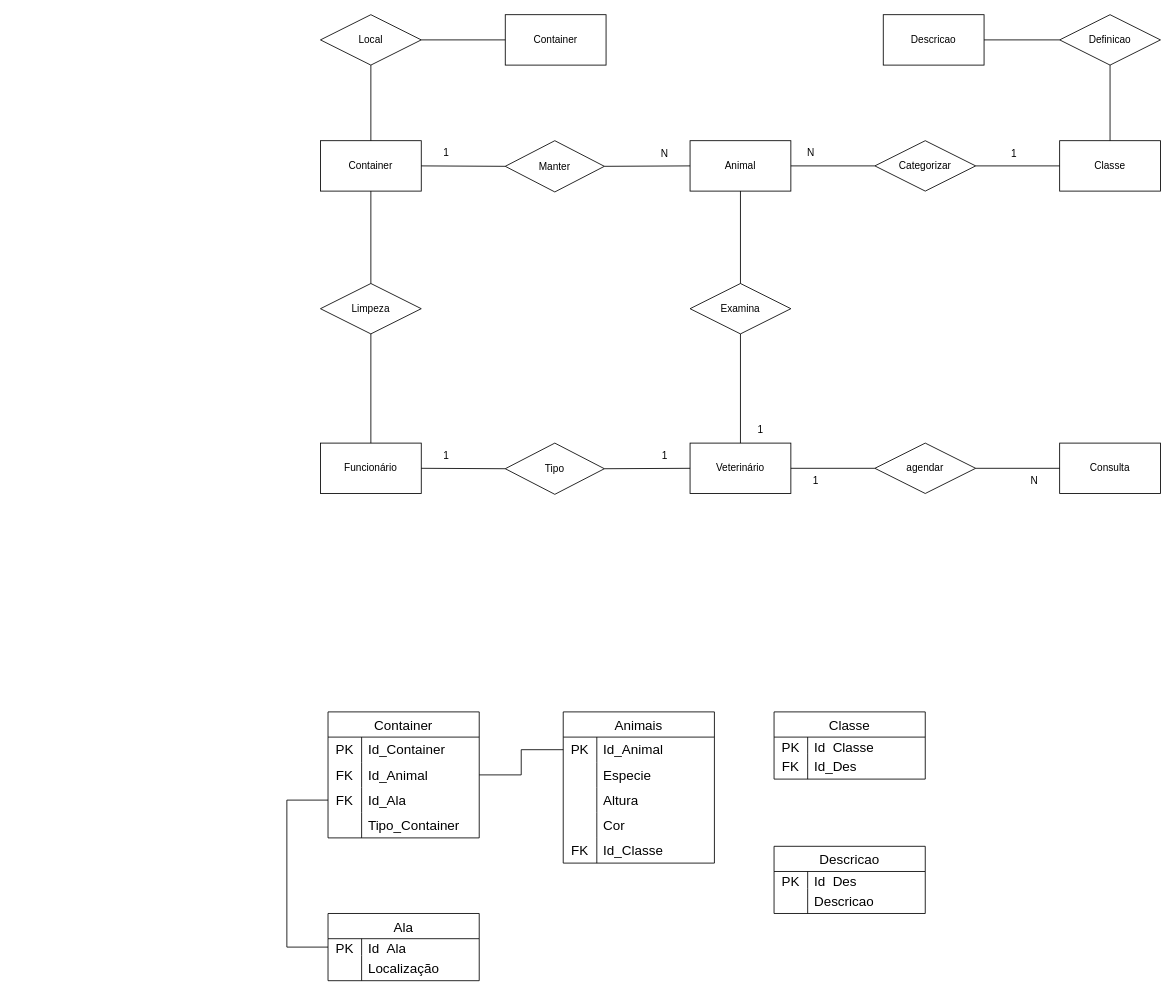
Above: ETEC/DB/Atvs/Diagrama sem nome.drawio in Endrigogustavo/2Ano-ETEC (draw.io), before the change. Source tidied: cells renumbered, new cells numbered last; positions are measured from the earlier drawing's top-left corner, leaving out a move shared by most shapes. Both pictures are drawn from the tidied source at 84%, with x=0, y=0 at pixel (286, 14).
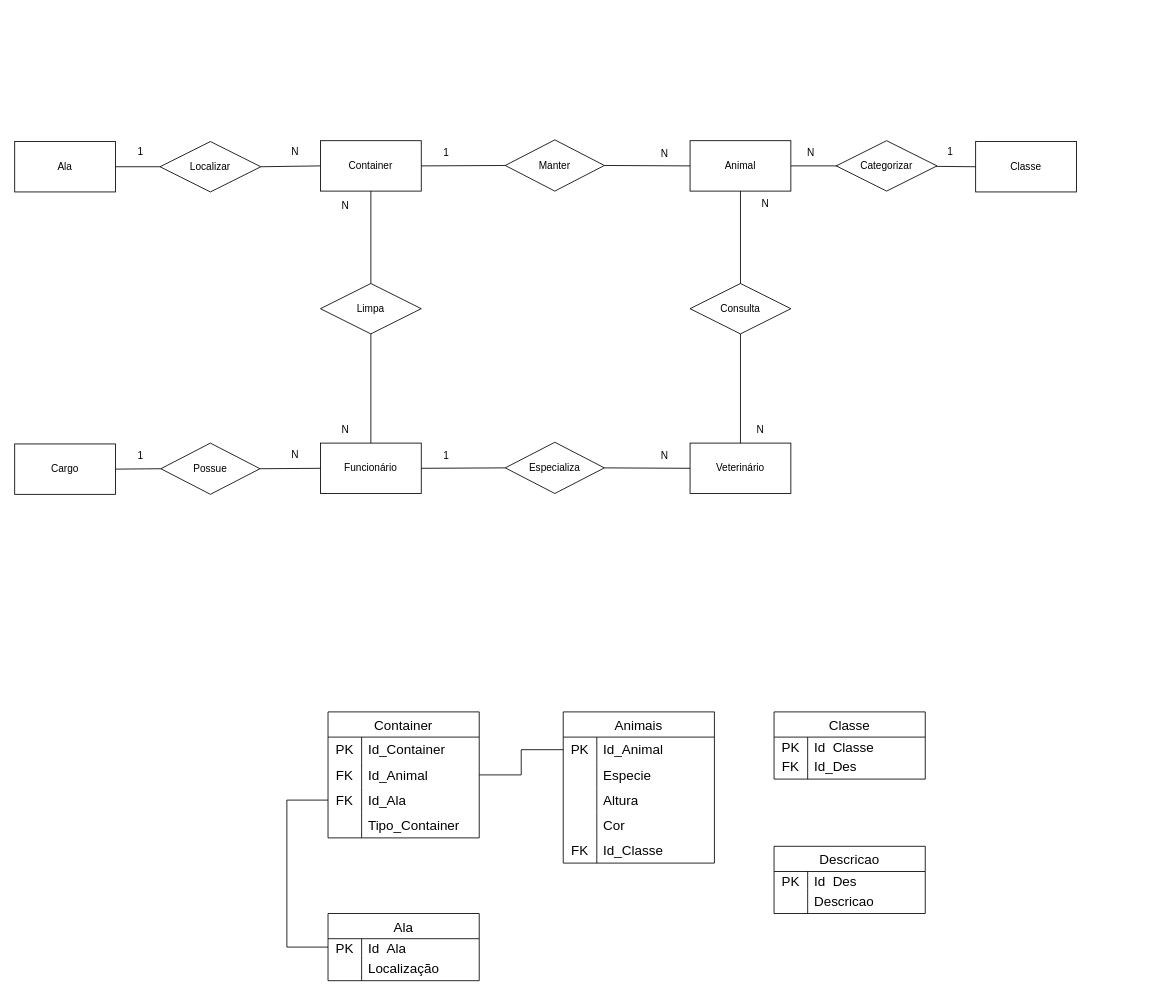
The same page after the edit.

The change refers to these unchanged cells:
```xml
<mxCell id="5" value="Animal" style="rounded=0;whiteSpace=wrap;html=1;" parent="1" vertex="1">
  <mxGeometry x="480" y="150" width="120" height="60" as="geometry" />
</mxCell>
<mxCell id="10" value="Container" style="rounded=0;whiteSpace=wrap;html=1;" parent="1" vertex="1">
  <mxGeometry x="40" y="150" width="120" height="60" as="geometry" />
</mxCell>
<mxCell id="15" value="Veterinário" style="rounded=0;whiteSpace=wrap;html=1;" parent="1" vertex="1">
  <mxGeometry x="480" y="510" width="120" height="60" as="geometry" />
</mxCell>
<mxCell id="18" value="Funcionário" style="rounded=0;whiteSpace=wrap;html=1;" parent="1" vertex="1">
  <mxGeometry x="40" y="510" width="120" height="60" as="geometry" />
</mxCell>
```

The edit, as a diff of the source:
```diff
@@
-    <mxCell id="2" value="Categorizar" style="rhombus;whiteSpace=wrap;html=1;" parent="1" vertex="1">
-      <mxGeometry x="700" y="150" width="120" height="60" as="geometry" />
-    </mxCell>
     <mxCell id="3" value="Classe" style="rounded=0;whiteSpace=wrap;html=1;" parent="1" vertex="1">
-      <mxGeometry x="920" y="150" width="120" height="60" as="geometry" />
+      <mxGeometry x="820" y="151" width="120" height="60" as="geometry" />
     </mxCell>
@@
-    <mxCell id="6" style="endArrow=none;html=1;rounded=0;" parent="1" edge="1" source="5">
+    <mxCell id="6" style="endArrow=none;html=1;rounded=0;" parent="1" edge="1" source="2">
       <mxGeometry relative="1" as="geometry">
         <mxPoint x="700" y="180" as="targetPoint" />
       </mxGeometry>
     </mxCell>
@@
     <mxCell id="8" value="1" style="text;html=1;strokeColor=none;fillColor=none;align=center;verticalAlign=middle;whiteSpace=wrap;rounded=0;" parent="1" vertex="1">
-      <mxGeometry x="836" y="151" width="60" height="30" as="geometry" />
+      <mxGeometry x="760" y="149" width="60" height="30" as="geometry" />
     </mxCell>
     <mxCell id="9" value="Manter" style="rhombus;whiteSpace=wrap;html=1;" parent="1" vertex="1">
-      <mxGeometry x="260" y="150" width="118" height="61" as="geometry" />
+      <mxGeometry x="260" y="149" width="118" height="61" as="geometry" />
     </mxCell>
@@
-    <mxCell id="16" value="Examina" style="rhombus;whiteSpace=wrap;html=1;" parent="1" vertex="1">
+    <mxCell id="16" value="Consulta" style="rhombus;whiteSpace=wrap;html=1;" parent="1" vertex="1">
       <mxGeometry x="480" y="320" width="120" height="60" as="geometry" />
     </mxCell>
@@
-    <mxCell id="19" value="agendar" style="rhombus;whiteSpace=wrap;html=1;" parent="1" vertex="1">
-      <mxGeometry x="700" y="510" width="120" height="60" as="geometry" />
-    </mxCell>
-    <mxCell id="20" style="endArrow=none;html=1;rounded=0;entryX=1;entryY=0.5;entryDx=0;entryDy=0;exitX=0;exitY=0.5;exitDx=0;exitDy=0;" parent="1" edge="1" source="19" target="15">
-      <mxGeometry relative="1" as="geometry" />
-    </mxCell>
-    <mxCell id="21" value="1" style="text;html=1;strokeColor=none;fillColor=none;align=center;verticalAlign=middle;whiteSpace=wrap;rounded=0;" parent="1" vertex="1">
+    <mxCell id="21" value="N" style="text;html=1;strokeColor=none;fillColor=none;align=center;verticalAlign=middle;whiteSpace=wrap;rounded=0;" parent="1" vertex="1">
       <mxGeometry x="534" y="480" width="60" height="30" as="geometry" />
     </mxCell>
@@
-    <mxCell id="60" value="1" style="text;html=1;strokeColor=none;fillColor=none;align=center;verticalAlign=middle;whiteSpace=wrap;rounded=0;" parent="1" vertex="1">
-      <mxGeometry x="600" y="540" width="60" height="30" as="geometry" />
-    </mxCell>
@@
-    <mxCell id="75" value="Consulta" style="rounded=0;whiteSpace=wrap;html=1;" parent="1" vertex="1">
-      <mxGeometry x="920" y="510" width="120" height="60" as="geometry" />
-    </mxCell>
-    <mxCell id="76" style="endArrow=none;html=1;rounded=0;entryX=1;entryY=0.5;entryDx=0;entryDy=0;exitX=0;exitY=0.5;exitDx=0;exitDy=0;" parent="1" edge="1" source="75" target="19">
-      <mxGeometry relative="1" as="geometry" />
-    </mxCell>
@@
-    <mxCell id="78" value="N" style="text;html=1;strokeColor=none;fillColor=none;align=center;verticalAlign=middle;whiteSpace=wrap;rounded=0;" parent="1" vertex="1">
-      <mxGeometry x="860" y="540" width="60" height="30" as="geometry" />
-    </mxCell>
-    <mxCell id="79" value="Tipo" style="rhombus;whiteSpace=wrap;html=1;" parent="1" vertex="1">
-      <mxGeometry x="260" y="510" width="118" height="61" as="geometry" />
+    <mxCell id="79" value="Especializa" style="rhombus;whiteSpace=wrap;html=1;" parent="1" vertex="1">
+      <mxGeometry x="260" y="509" width="118" height="61" as="geometry" />
     </mxCell>
@@
-    <mxCell id="83" value="1" style="text;html=1;strokeColor=none;fillColor=none;align=center;verticalAlign=middle;whiteSpace=wrap;rounded=0;" parent="1" vertex="1">
+    <mxCell id="83" value="N" style="text;html=1;strokeColor=none;fillColor=none;align=center;verticalAlign=middle;whiteSpace=wrap;rounded=0;" parent="1" vertex="1">
       <mxGeometry x="420" y="510" width="60" height="30" as="geometry" />
     </mxCell>
-    <mxCell id="84" value="Limpeza" style="rhombus;whiteSpace=wrap;html=1;" parent="1" vertex="1">
+    <mxCell id="84" value="Limpa" style="rhombus;whiteSpace=wrap;html=1;" parent="1" vertex="1">
       <mxGeometry x="40" y="320" width="120" height="60" as="geometry" />
     </mxCell>
@@
-    <mxCell id="87" value="Container" style="rounded=0;whiteSpace=wrap;html=1;" parent="1" vertex="1">
-      <mxGeometry x="260" width="120" height="60" as="geometry" />
+    <mxCell id="87" value="Ala" style="rounded=0;whiteSpace=wrap;html=1;" parent="1" vertex="1">
+      <mxGeometry x="-324" y="151" width="120" height="60" as="geometry" />
     </mxCell>
-    <mxCell id="88" value="Local" style="rhombus;whiteSpace=wrap;html=1;" parent="1" vertex="1">
-      <mxGeometry x="40" width="120" height="60" as="geometry" />
+    <mxCell id="88" value="Localizar" style="rhombus;whiteSpace=wrap;html=1;" parent="1" vertex="1">
+      <mxGeometry x="-151" y="151" width="120" height="60" as="geometry" />
     </mxCell>
+    <mxCell id="95" value="Cargo" style="rounded=0;whiteSpace=wrap;html=1;" parent="1" vertex="1">
+      <mxGeometry x="-324" y="511" width="120" height="60" as="geometry" />
+    </mxCell>
+    <mxCell id="96" value="Possue" style="rhombus;whiteSpace=wrap;html=1;" parent="1" vertex="1">
+      <mxGeometry x="-150" y="510" width="118" height="61" as="geometry" />
+    </mxCell>
+    <mxCell id="97" style="endArrow=none;html=1;rounded=0;exitX=1;exitY=0.5;exitDx=0;exitDy=0;entryX=0;entryY=0.5;entryDx=0;entryDy=0;" parent="1" edge="1" source="96" target="18">
+      <mxGeometry relative="1" as="geometry" />
+    </mxCell>
+    <mxCell id="98" style="endArrow=none;html=1;rounded=0;" parent="1" edge="1" source="5" target="2">
+      <mxGeometry relative="1" as="geometry" />
+    </mxCell>
+    <mxCell id="2" value="Categorizar" style="rhombus;whiteSpace=wrap;html=1;" parent="1" vertex="1">
+      <mxGeometry x="654" y="150" width="120" height="60" as="geometry" />
+    </mxCell>
-    <mxCell id="89" style="endArrow=none;html=1;rounded=0;exitX=0.5;exitY=1;exitDx=0;exitDy=0;entryX=0.5;entryY=0;entryDx=0;entryDy=0;" parent="1" edge="1" source="88" target="10">
+    <mxCell id="89" style="endArrow=none;html=1;rounded=0;exitX=1;exitY=0.5;exitDx=0;exitDy=0;entryX=0;entryY=0.5;entryDx=0;entryDy=0;" parent="1" edge="1" source="88" target="10">
       <mxGeometry relative="1" as="geometry" />
     </mxCell>
-    <mxCell id="90" style="endArrow=none;html=1;rounded=0;exitX=0;exitY=0.5;exitDx=0;exitDy=0;entryX=1;entryY=0.5;entryDx=0;entryDy=0;" parent="1" edge="1" source="87" target="88">
+    <mxCell id="90" style="endArrow=none;html=1;rounded=0;exitX=1;exitY=0.5;exitDx=0;exitDy=0;entryX=0;entryY=0.5;entryDx=0;entryDy=0;" parent="1" edge="1" source="87" target="88">
       <mxGeometry relative="1" as="geometry" />
     </mxCell>
-    <mxCell id="91" value="Descricao" style="rounded=0;whiteSpace=wrap;html=1;" parent="1" vertex="1">
-      <mxGeometry x="710" width="120" height="60" as="geometry" />
-    </mxCell>
-    <mxCell id="92" value="Definicao" style="rhombus;whiteSpace=wrap;html=1;" parent="1" vertex="1">
-      <mxGeometry x="920" width="120" height="60" as="geometry" />
-    </mxCell>
-    <mxCell id="93" style="endArrow=none;html=1;rounded=0;exitX=0;exitY=0.5;exitDx=0;exitDy=0;entryX=1;entryY=0.5;entryDx=0;entryDy=0;" parent="1" edge="1" source="92" target="91">
-      <mxGeometry relative="1" as="geometry" />
-    </mxCell>
-    <mxCell id="94" style="endArrow=none;html=1;rounded=0;exitX=0.5;exitY=0;exitDx=0;exitDy=0;entryX=0.5;entryY=1;entryDx=0;entryDy=0;" parent="1" edge="1" source="3" target="92">
-      <mxGeometry relative="1" as="geometry" />
-    </mxCell>
+    <mxCell id="99" style="endArrow=none;html=1;rounded=0;exitX=1;exitY=0.5;exitDx=0;exitDy=0;entryX=0;entryY=0.5;entryDx=0;entryDy=0;" parent="1" edge="1" source="95" target="96">
+      <mxGeometry relative="1" as="geometry" />
+    </mxCell>
+    <mxCell id="100" value="1" style="text;html=1;strokeColor=none;fillColor=none;align=center;verticalAlign=middle;whiteSpace=wrap;rounded=0;" parent="1" vertex="1">
+      <mxGeometry x="-204" y="511" width="60" height="30" as="geometry" />
+    </mxCell>
+    <mxCell id="101" value="N" style="text;html=1;strokeColor=none;fillColor=none;align=center;verticalAlign=middle;whiteSpace=wrap;rounded=0;" parent="1" vertex="1">
+      <mxGeometry x="-20" y="509" width="60" height="30" as="geometry" />
+    </mxCell>
+    <mxCell id="102" value="1" style="text;html=1;strokeColor=none;fillColor=none;align=center;verticalAlign=middle;whiteSpace=wrap;rounded=0;" parent="1" vertex="1">
+      <mxGeometry x="-204" y="149" width="60" height="30" as="geometry" />
+    </mxCell>
+    <mxCell id="103" value="N" style="text;html=1;strokeColor=none;fillColor=none;align=center;verticalAlign=middle;whiteSpace=wrap;rounded=0;" parent="1" vertex="1">
+      <mxGeometry x="-20" y="149" width="60" height="30" as="geometry" />
+    </mxCell>
+    <mxCell id="104" value="N" style="text;html=1;strokeColor=none;fillColor=none;align=center;verticalAlign=middle;whiteSpace=wrap;rounded=0;" parent="1" vertex="1">
+      <mxGeometry x="540" y="210" width="60" height="30" as="geometry" />
+    </mxCell>
+    <mxCell id="105" value="N" style="text;html=1;strokeColor=none;fillColor=none;align=center;verticalAlign=middle;whiteSpace=wrap;rounded=0;" parent="1" vertex="1">
+      <mxGeometry x="40" y="479" width="60" height="30" as="geometry" />
+    </mxCell>
+    <mxCell id="106" value="N" style="text;html=1;strokeColor=none;fillColor=none;align=center;verticalAlign=middle;whiteSpace=wrap;rounded=0;" parent="1" vertex="1">
+      <mxGeometry x="40" y="213" width="60" height="30" as="geometry" />
+    </mxCell>
```
